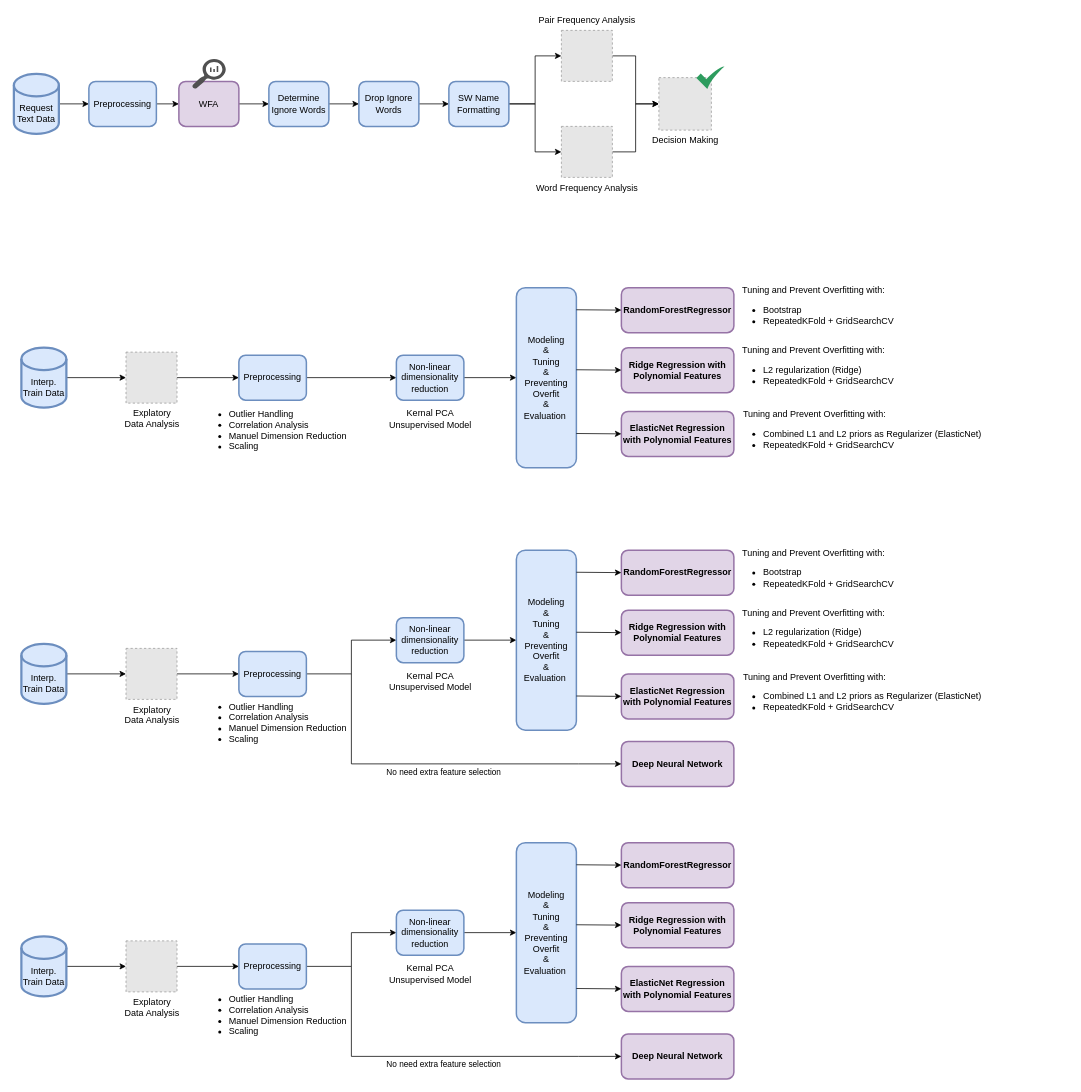
This is tprscase.drawio from EgehanEralp/diagrams, a draw.io file, before an edit. Source tidied: cells renumbered, new cells numbered last; positions are measured from the earlier drawing's top-left corner, leaving out a move shared by most shapes. Both pictures are drawn from the tidied source at 75%, with x=0, y=0 at pixel (14, 13). Pictures stored in the file or linked from it are replaced by grey dashed boxes.
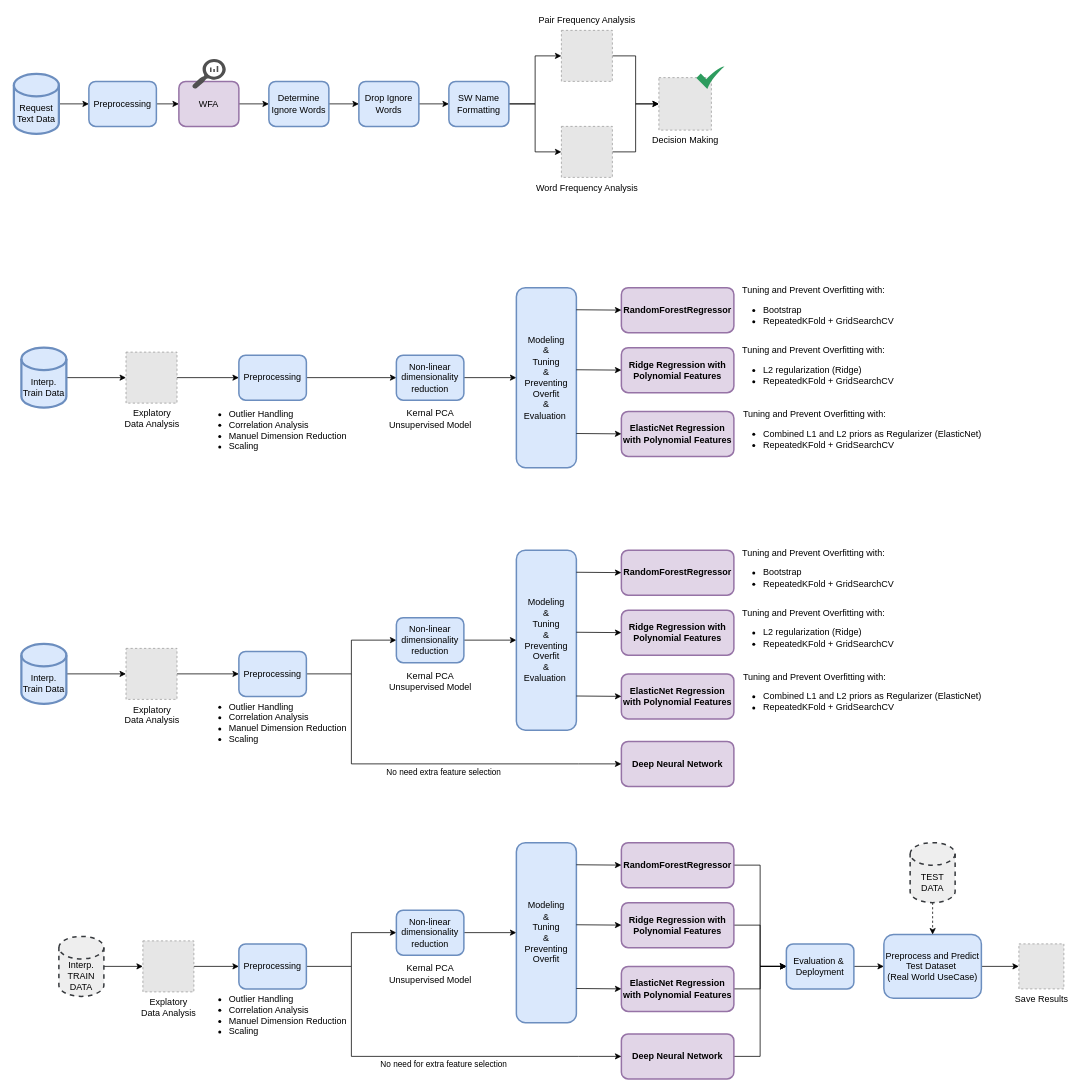
After the change.

The change refers to these unchanged cells:
```xml
<mxCell id="77" value="&lt;b&gt;RandomForestRegressor&lt;/b&gt;" style="rounded=1;whiteSpace=wrap;html=1;strokeWidth=2;fillColor=#e1d5e7;strokeColor=#9673a6;" parent="1" vertex="1">
  <mxGeometry x="810" y="1106" width="150" height="60" as="geometry" />
</mxCell>
<mxCell id="79" value="&lt;b&gt;Ridge Regression with Polynomial Features&lt;/b&gt;" style="rounded=1;whiteSpace=wrap;html=1;strokeWidth=2;fillColor=#e1d5e7;strokeColor=#9673a6;" parent="1" vertex="1">
  <mxGeometry x="810" y="1186" width="150" height="60" as="geometry" />
</mxCell>
<mxCell id="81" value="&lt;b&gt;ElasticNet Regression with Polynomial Features&lt;/b&gt;" style="rounded=1;whiteSpace=wrap;html=1;strokeWidth=2;fillColor=#e1d5e7;strokeColor=#9673a6;" parent="1" vertex="1">
  <mxGeometry x="810" y="1271" width="150" height="60" as="geometry" />
</mxCell>
<mxCell id="83" value="&lt;b&gt;Deep Neural Network&lt;/b&gt;" style="rounded=1;whiteSpace=wrap;html=1;strokeWidth=2;fillColor=#e1d5e7;strokeColor=#9673a6;" parent="1" vertex="1">
  <mxGeometry x="810" y="1361" width="150" height="60" as="geometry" />
</mxCell>
<mxCell id="84" style="edgeStyle=orthogonalEdgeStyle;rounded=0;orthogonalLoop=1;jettySize=auto;html=1;" parent="1" edge="1">
  <mxGeometry relative="1" as="geometry">
    <mxPoint x="450" y="1271" as="sourcePoint" />
    <mxPoint x="810" y="1391" as="targetPoint" />
    <Array as="points">
      <mxPoint x="450" y="1391" />
      <mxPoint x="753" y="1391" />
    </Array>
  </mxGeometry>
</mxCell>
```

What changed in the source:
```diff
@@
-    <mxCell id="67" value="Interp.&lt;br&gt;Train Data" style="shape=cylinder3;whiteSpace=wrap;html=1;boundedLbl=1;backgroundOutline=1;size=15;fillColor=#dae8fc;strokeColor=#6c8ebf;strokeWidth=3;" parent="1" vertex="1">
-      <mxGeometry x="10" y="1231" width="60" height="80" as="geometry" />
+    <mxCell id="67" value="Interp.&lt;br&gt;TRAIN DATA" style="shape=cylinder3;whiteSpace=wrap;html=1;boundedLbl=1;backgroundOutline=1;size=15;fillColor=#eeeeee;strokeColor=#36393d;strokeWidth=2;dashed=1;" parent="1" vertex="1">
+      <mxGeometry x="60" y="1231" width="60" height="80" as="geometry" />
     </mxCell>
@@
     <mxCell id="69" value="Explatory &lt;br&gt;Data Analysis" style="fillColor=#E6E6E6;strokeColor=#999999;dashed=1;html=1;verticalAlign=top;verticalLabelPosition=bottom;labelBackgroundColor=#ffffff;" parent="1" vertex="1">
-      <mxGeometry x="149.5" y="1237" width="68" height="68" as="geometry" />
+      <mxGeometry x="172" y="1237" width="68" height="68" as="geometry" />
     </mxCell>
@@
-    <mxCell id="76" value="&lt;span&gt;Modeling &lt;br&gt;&amp;amp; &lt;br&gt;Tuning &lt;br&gt;&amp;amp;&lt;br&gt;Preventing Overfit&lt;br&gt;&amp;amp;&lt;br&gt;Evaluation&amp;nbsp;&lt;/span&gt;" style="rounded=1;whiteSpace=wrap;html=1;fillColor=#dae8fc;strokeColor=#6c8ebf;strokeWidth=2;" parent="1" vertex="1">
+    <mxCell id="76" value="&lt;span&gt;Modeling &lt;br&gt;&amp;amp; &lt;br&gt;Tuning &lt;br&gt;&amp;amp;&lt;br&gt;Preventing Overfit&lt;br&gt;&lt;/span&gt;" style="rounded=1;whiteSpace=wrap;html=1;fillColor=#dae8fc;strokeColor=#6c8ebf;strokeWidth=2;" parent="1" vertex="1">
       <mxGeometry x="670" y="1106" width="80" height="240" as="geometry" />
     </mxCell>
+    <mxCell id="86" style="edgeStyle=orthogonalEdgeStyle;rounded=0;jettySize=auto;html=1;exitX=1;exitY=0.5;exitDx=0;exitDy=0;entryX=0;entryY=0.5;entryDx=0;entryDy=0;" parent="1" edge="1" source="77" target="91">
+      <mxGeometry relative="1" as="geometry" />
+    </mxCell>
@@
+    <mxCell id="87" style="edgeStyle=orthogonalEdgeStyle;rounded=0;jettySize=auto;html=1;exitX=1;exitY=0.5;exitDx=0;exitDy=0;entryX=0;entryY=0.5;entryDx=0;entryDy=0;" parent="1" edge="1" source="79" target="91">
+      <mxGeometry relative="1" as="geometry" />
+    </mxCell>
@@
+    <mxCell id="88" style="edgeStyle=orthogonalEdgeStyle;rounded=0;jettySize=auto;html=1;exitX=1;exitY=0.5;exitDx=0;exitDy=0;entryX=0;entryY=0.5;entryDx=0;entryDy=0;" parent="1" edge="1" source="81" target="91">
+      <mxGeometry relative="1" as="geometry" />
+    </mxCell>
@@
+    <mxCell id="89" style="edgeStyle=orthogonalEdgeStyle;rounded=0;jettySize=auto;html=1;exitX=1;exitY=0.5;exitDx=0;exitDy=0;entryX=0;entryY=0.5;entryDx=0;entryDy=0;" parent="1" edge="1" source="83" target="91">
+      <mxGeometry relative="1" as="geometry" />
+    </mxCell>
@@
-    <mxCell id="85" value="No need extra feature selection" style="edgeLabel;html=1;align=center;verticalAlign=middle;" parent="84" vertex="1">
+    <mxCell id="85" value="No need for extra feature selection" style="edgeLabel;html=1;align=center;verticalAlign=middle;" parent="84" vertex="1">
       <mxGeometry x="0.01" relative="1" as="geometry">
         <mxPoint y="10" as="offset" />
       </mxGeometry>
     </mxCell>
+    <mxCell id="90" style="edgeStyle=orthogonalEdgeStyle;rounded=0;jettySize=auto;html=1;exitX=1;exitY=0.5;exitDx=0;exitDy=0;entryX=0;entryY=0.5;entryDx=0;entryDy=0;" parent="1" edge="1" source="91" target="93">
+      <mxGeometry relative="1" as="geometry" />
+    </mxCell>
+    <mxCell id="91" value="Evaluation &amp;amp;&amp;nbsp;&lt;br&gt;Deployment" style="rounded=1;whiteSpace=wrap;html=1;fillColor=#dae8fc;strokeColor=#6c8ebf;strokeWidth=2;" parent="1" vertex="1">
+      <mxGeometry x="1030" y="1241" width="90" height="60" as="geometry" />
+    </mxCell>
+    <mxCell id="92" style="edgeStyle=orthogonalEdgeStyle;rounded=0;jettySize=auto;html=1;exitX=1;exitY=0.5;exitDx=0;exitDy=0;" parent="1" edge="1" source="93" target="96">
+      <mxGeometry relative="1" as="geometry" />
+    </mxCell>
+    <mxCell id="93" value="Preprocess and Predict Test Dataset&amp;nbsp;&lt;br&gt;(Real World UseCase)" style="rounded=1;whiteSpace=wrap;html=1;fillColor=#dae8fc;strokeColor=#6c8ebf;strokeWidth=2;" parent="1" vertex="1">
+      <mxGeometry x="1160" y="1228.5" width="130" height="85" as="geometry" />
+    </mxCell>
+    <mxCell id="94" style="edgeStyle=orthogonalEdgeStyle;rounded=0;jettySize=auto;html=1;exitX=0.5;exitY=1;exitDx=0;exitDy=0;exitPerimeter=0;entryX=0.5;entryY=0;entryDx=0;entryDy=0;dashed=1;" parent="1" edge="1" source="95" target="93">
+      <mxGeometry relative="1" as="geometry" />
+    </mxCell>
+    <mxCell id="95" value="TEST DATA" style="shape=cylinder3;whiteSpace=wrap;html=1;boundedLbl=1;backgroundOutline=1;size=15;fillColor=#eeeeee;strokeColor=#36393d;strokeWidth=2;dashed=1;" parent="1" vertex="1">
+      <mxGeometry x="1195" y="1106" width="60" height="80" as="geometry" />
+    </mxCell>
+    <mxCell id="96" value="Save Results" style="fillColor=#E6E6E6;strokeColor=#999999;dashed=1;html=1;verticalAlign=top;verticalLabelPosition=bottom;labelBackgroundColor=#ffffff;" parent="1" vertex="1">
+      <mxGeometry x="1340" y="1241" width="60" height="60" as="geometry" />
+    </mxCell>
```
